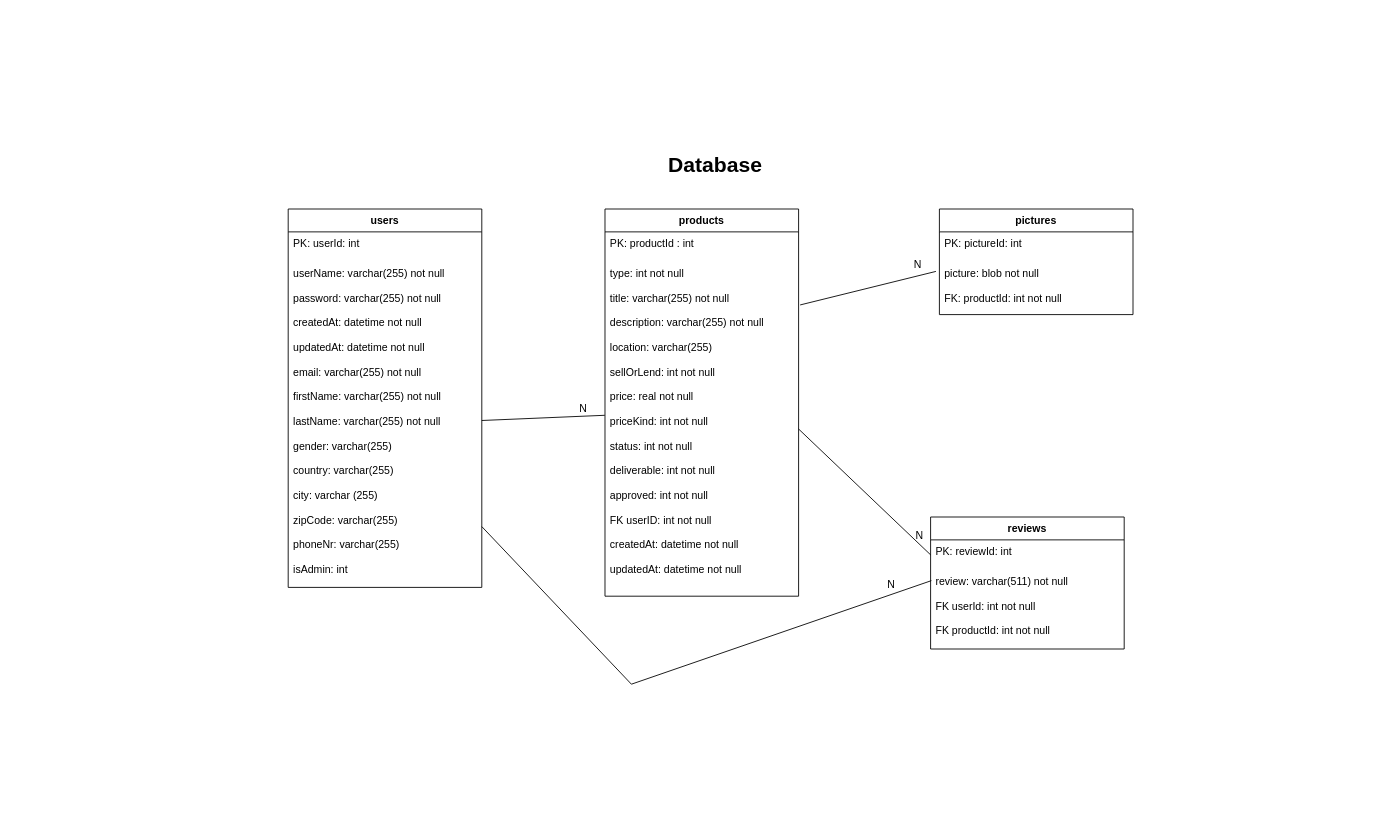
Above: documentation/Database.drawio in scg-unibe-ch/ese2020-team5 (draw.io), before the change. Source tidied: cells renumbered, new cells numbered last; positions are measured from the earlier drawing's top-left corner, leaving out a move shared by most shapes. Both pictures are drawn from the tidied source at 88%, with x=0, y=0 at pixel (50, 147).
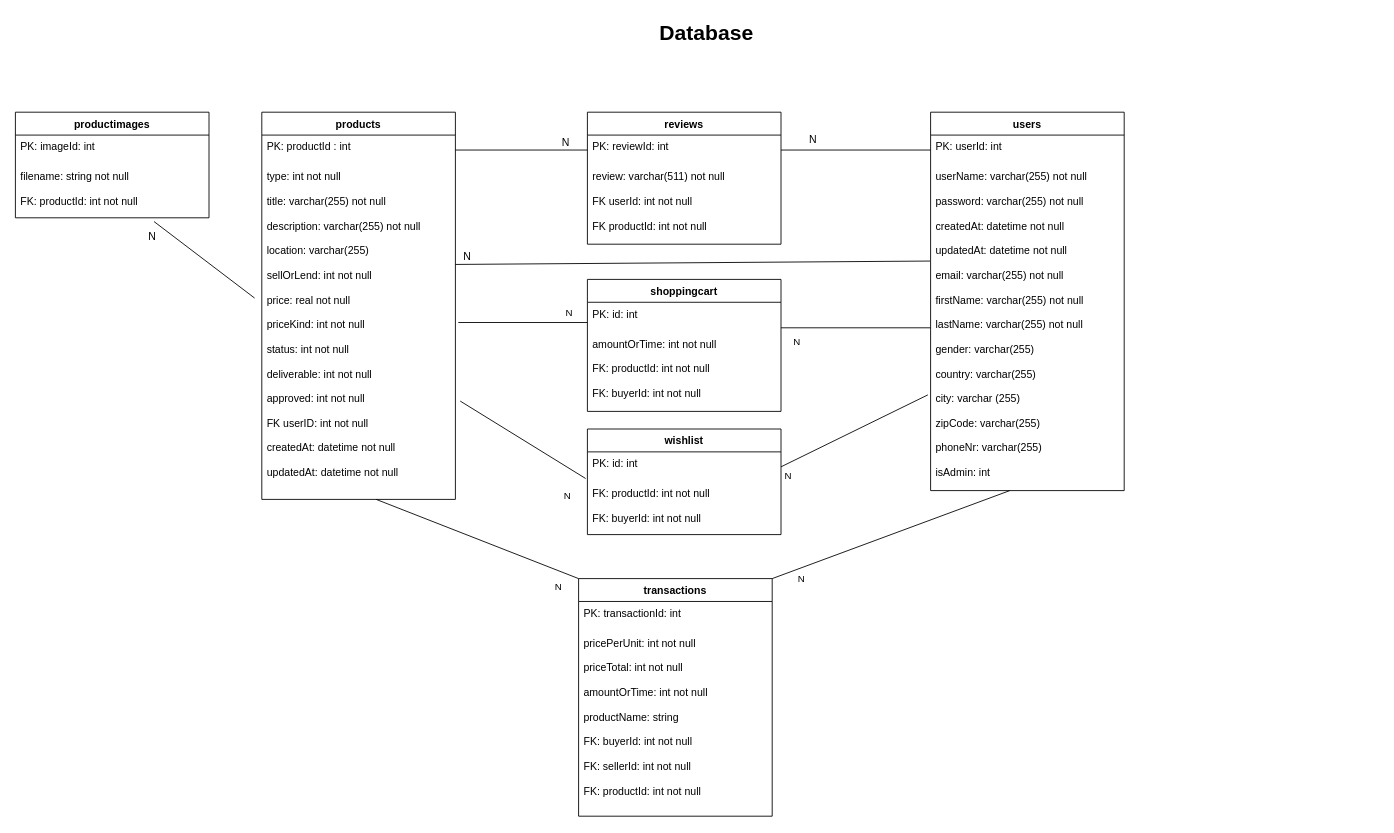
The same diagram, later.

Commit message (it also covers changes not shown here):
Updated the readme and updated the database scheme

The change refers to these unchanged cells:
```xml
<mxCell id="6" value="PK: productId : int" style="text;strokeColor=none;fillColor=none;align=left;verticalAlign=top;spacingLeft=4;spacingRight=4;overflow=hidden;points=[[0,0.5],[1,0.5]];portConstraint=eastwest;" parent="5" vertex="1">
  <mxGeometry y="26" width="220" height="34" as="geometry" />
</mxCell>
<mxCell id="7" value="type: int not null&#10;&#10;title: varchar(255) not null&#10;&#10;description: varchar(255) not null&#10;&#10;location: varchar(255)&#10;&#10;sellOrLend: int not null&#10;&#10;price: real not null&#10;&#10;priceKind: int not null&#10;&#10;status: int not null&#10;&#10;deliverable: int not null&#10;&#10;approved: int not null&#10;&#10;FK userID: int not null&#10;&#10;createdAt: datetime not null&#10;&#10;updatedAt: datetime not null&#10;" style="text;strokeColor=none;fillColor=none;align=left;verticalAlign=top;spacingLeft=4;spacingRight=4;overflow=hidden;points=[[0,0.5],[1,0.5]];portConstraint=eastwest;spacingTop=0;fontSize=12;" parent="5" vertex="1">
  <mxGeometry y="60" width="220" height="380" as="geometry" />
</mxCell>
<mxCell id="16" value="PK: userId: int" style="text;strokeColor=none;fillColor=none;align=left;verticalAlign=top;spacingLeft=4;spacingRight=4;overflow=hidden;points=[[0,0.5],[1,0.5]];portConstraint=eastwest;" parent="15" vertex="1">
  <mxGeometry y="26" width="220" height="34" as="geometry" />
</mxCell>
<mxCell id="17" value="userName: varchar(255) not null&#10;&#10;password: varchar(255) not null&#10;&#10;createdAt: datetime not null&#10;&#10;updatedAt: datetime not null&#10;&#10;email: varchar(255) not null&#10;&#10;firstName: varchar(255) not null&#10;&#10;lastName: varchar(255) not null&#10;&#10;gender: varchar(255)&#10;&#10;country: varchar(255)&#10;&#10;city: varchar (255)&#10;&#10;zipCode: varchar(255)&#10;&#10;phoneNr: varchar(255)&#10;&#10;isAdmin: int" style="text;strokeColor=none;fillColor=none;align=left;verticalAlign=top;spacingLeft=4;spacingRight=4;overflow=hidden;points=[[0,0.5],[1,0.5]];portConstraint=eastwest;spacingTop=0;fontSize=12;" parent="15" vertex="1">
  <mxGeometry y="60" width="220" height="370" as="geometry" />
</mxCell>
<mxCell id="21" value="PK: reviewId: int" style="text;strokeColor=none;fillColor=none;align=left;verticalAlign=top;spacingLeft=4;spacingRight=4;overflow=hidden;points=[[0,0.5],[1,0.5]];portConstraint=eastwest;" parent="20" vertex="1">
  <mxGeometry y="26" width="220" height="34" as="geometry" />
</mxCell>
<mxCell id="22" value="review: varchar(511) not null&#10;&#10;FK userId: int not null&#10;&#10;FK productId: int not null" style="text;strokeColor=none;fillColor=none;align=left;verticalAlign=top;spacingLeft=4;spacingRight=4;overflow=hidden;points=[[0,0.5],[1,0.5]];portConstraint=eastwest;spacingTop=0;fontSize=12;" parent="20" vertex="1">
  <mxGeometry y="60" width="220" height="90" as="geometry" />
</mxCell>
```

Diff of the diagram source:
```diff
@@
     <mxCell id="2" value="Database" style="text;strokeColor=none;fillColor=none;html=1;fontSize=24;fontStyle=1;verticalAlign=middle;align=center;" parent="1" vertex="1">
-      <mxGeometry width="1510" height="40" as="geometry" />
+      <mxGeometry x="-10" y="-150" width="1510" height="40" as="geometry" />
     </mxCell>
-    <mxCell id="3" style="endArrow=none;html=1;rounded=0;fontSize=12;entryX=-0.001;entryY=0.459;entryDx=0;entryDy=0;entryPerimeter=0;" parent="1" edge="1" source="17" target="7">
-      <mxGeometry relative="1" as="geometry" />
+    <mxCell id="3" style="endArrow=none;html=1;rounded=0;fontSize=12;exitX=-0.003;exitY=0.295;exitDx=0;exitDy=0;exitPerimeter=0;" parent="1" edge="1" source="17">
+      <mxGeometry relative="1" as="geometry">
+        <mxPoint x="460" y="133" as="targetPoint" />
+      </mxGeometry>
     </mxCell>
     <mxCell id="4" value="N" style="html=1;align=right;verticalAlign=bottom;" parent="3" vertex="1">
       <mxGeometry x="1" relative="1" as="geometry">
-        <mxPoint x="-20" y="0.7" as="offset" />
+        <mxPoint x="17.3" y="-1.4" as="offset" />
       </mxGeometry>
     </mxCell>
     <mxCell id="5" value="products" style="swimlane;fontStyle=1;horizontal=1;startSize=26;fillColor=none;" parent="1" vertex="1">
-      <mxGeometry x="630" y="70" width="220" height="440" as="geometry" />
+      <mxGeometry x="240" y="-40" width="220" height="440" as="geometry" />
     </mxCell>
@@
-    <mxCell id="8" value="pictures" style="swimlane;fontStyle=1;horizontal=1;startSize=26;fillColor=none;" parent="1" vertex="1">
-      <mxGeometry x="1010" y="70" width="220" height="120" as="geometry" />
+    <mxCell id="8" value="productimages" style="swimlane;fontStyle=1;horizontal=1;startSize=26;fillColor=none;" parent="1" vertex="1">
+      <mxGeometry x="-40" y="-40" width="220" height="120" as="geometry" />
     </mxCell>
-    <mxCell id="9" value="PK: pictureId: int" style="text;strokeColor=none;fillColor=none;align=left;verticalAlign=top;spacingLeft=4;spacingRight=4;overflow=hidden;" parent="8" vertex="1">
+    <mxCell id="9" value="PK: imageId: int" style="text;strokeColor=none;fillColor=none;align=left;verticalAlign=top;spacingLeft=4;spacingRight=4;overflow=hidden;" parent="8" vertex="1">
       <mxGeometry y="26" width="220" height="34" as="geometry" />
     </mxCell>
-    <mxCell id="10" value="picture: blob not null&#10;&#10;FK: productId: int not null" style="text;strokeColor=none;fillColor=none;align=left;verticalAlign=top;spacingLeft=4;spacingRight=4;overflow=hidden;points=[[0,0.5],[1,0.5]];portConstraint=eastwest;spacingTop=0;fontSize=12;" parent="8" vertex="1">
+    <mxCell id="10" value="filename: string not null&#10;&#10;FK: productId: int not null" style="text;strokeColor=none;fillColor=none;align=left;verticalAlign=top;spacingLeft=4;spacingRight=4;overflow=hidden;points=[[0,0.5],[1,0.5]];portConstraint=eastwest;spacingTop=0;fontSize=12;" parent="8" vertex="1">
       <mxGeometry y="60" width="220" height="60" as="geometry" />
     </mxCell>
-    <mxCell id="11" style="endArrow=none;html=1;rounded=0;fontSize=12;exitX=1.008;exitY=0.129;exitDx=0;exitDy=0;exitPerimeter=0;entryX=-0.018;entryY=0.182;entryDx=0;entryDy=0;entryPerimeter=0;" parent="1" edge="1" source="7" target="10">
+    <mxCell id="11" style="endArrow=none;html=1;rounded=0;fontSize=12;exitX=-0.037;exitY=0.398;exitDx=0;exitDy=0;exitPerimeter=0;entryX=0.716;entryY=1.071;entryDx=0;entryDy=0;entryPerimeter=0;" parent="1" edge="1" source="7" target="10">
       <mxGeometry relative="1" as="geometry" />
     </mxCell>
     <mxCell id="12" value="N" style="html=1;align=right;verticalAlign=bottom;" parent="11" vertex="1">
       <mxGeometry x="1" relative="1" as="geometry">
-        <mxPoint x="-16.1" as="offset" />
+        <mxPoint x="2.9" y="26.1" as="offset" />
       </mxGeometry>
     </mxCell>
-    <mxCell id="13" style="endArrow=none;html=1;rounded=0;fontSize=12;exitX=1;exitY=0.5;exitDx=0;exitDy=0;entryX=0;entryY=0.5;entryDx=0;entryDy=0;" parent="1" edge="1" source="7" target="21">
+    <mxCell id="13" style="endArrow=none;html=1;rounded=0;fontSize=12;entryX=0;entryY=0.5;entryDx=0;entryDy=0;exitX=1;exitY=0.5;exitDx=0;exitDy=0;" parent="1" edge="1" source="6" target="21">
       <mxGeometry relative="1" as="geometry" />
     </mxCell>
     <mxCell id="14" value="N" style="html=1;align=right;verticalAlign=bottom;" parent="13" vertex="1">
       <mxGeometry x="1" relative="1" as="geometry">
-        <mxPoint x="-7.7" y="-13" as="offset" />
+        <mxPoint x="-19.8" y="0.3" as="offset" />
       </mxGeometry>
     </mxCell>
     <mxCell id="15" value="users" style="swimlane;fontStyle=1;horizontal=1;startSize=26;fillColor=none;" parent="1" vertex="1">
-      <mxGeometry x="270" y="70" width="220" height="430" as="geometry" />
+      <mxGeometry x="1000" y="-40" width="220" height="430" as="geometry" />
     </mxCell>
@@
-    <mxCell id="18" style="endArrow=none;html=1;rounded=0;fontSize=12;entryX=0.004;entryY=0.137;entryDx=0;entryDy=0;entryPerimeter=0;" parent="1" edge="1" source="17" target="22">
-      <mxGeometry relative="1" as="geometry">
-        <Array as="points">
-          <mxPoint x="660" y="610" />
-        </Array>
-      </mxGeometry>
+    <mxCell id="18" style="endArrow=none;html=1;rounded=0;fontSize=12;exitX=0;exitY=0.5;exitDx=0;exitDy=0;entryX=1;entryY=0.5;entryDx=0;entryDy=0;" parent="1" edge="1" source="16" target="21">
+      <mxGeometry relative="1" as="geometry" />
     </mxCell>
     <mxCell id="19" value="N" style="html=1;align=right;verticalAlign=bottom;" parent="18" vertex="1">
       <mxGeometry x="1" relative="1" as="geometry">
-        <mxPoint x="-41.2" y="12.8" as="offset" />
+        <mxPoint x="40.8" y="-3.9" as="offset" />
       </mxGeometry>
     </mxCell>
     <mxCell id="20" value="reviews" style="swimlane;fontStyle=1;horizontal=1;startSize=26;fillColor=none;" parent="1" vertex="1">
-      <mxGeometry x="1000" y="420" width="220" height="150" as="geometry" />
+      <mxGeometry x="610" y="-40" width="220" height="150" as="geometry" />
     </mxCell>
@@
+    <mxCell id="23" style="rounded=0;jettySize=auto;html=1;endArrow=none;endFill=0;exitX=1;exitY=0;exitDx=0;exitDy=0;" parent="1" edge="1" source="25">
+      <mxGeometry relative="1" as="geometry">
+        <mxPoint x="1090" y="390" as="targetPoint" />
+      </mxGeometry>
+    </mxCell>
+    <mxCell id="24" value="N" style="edgeLabel;html=1;align=center;verticalAlign=middle;" parent="23" vertex="1">
+      <mxGeometry x="-0.66" y="1" relative="1" as="geometry">
+        <mxPoint x="-13.4" y="17.1" as="offset" />
+      </mxGeometry>
+    </mxCell>
+    <mxCell id="25" value="transactions" style="swimlane;fontStyle=1;horizontal=1;startSize=26;fillColor=none;" parent="1" vertex="1">
+      <mxGeometry x="600" y="490" width="220" height="270" as="geometry" />
+    </mxCell>
+    <mxCell id="26" value="PK: transactionId: int" style="text;strokeColor=none;fillColor=none;align=left;verticalAlign=top;spacingLeft=4;spacingRight=4;overflow=hidden;" parent="25" vertex="1">
+      <mxGeometry y="26" width="220" height="34" as="geometry" />
+    </mxCell>
+    <mxCell id="27" value="pricePerUnit: int not null&#10;&#10;priceTotal: int not null&#10;&#10;amountOrTime: int not null&#10;&#10;productName: string&#10;&#10;FK: buyerId: int not null&#10;&#10;FK: sellerId: int not null&#10;&#10;FK: productId: int not null" style="text;strokeColor=none;fillColor=none;align=left;verticalAlign=top;spacingLeft=4;spacingRight=4;overflow=hidden;spacingTop=0;fontSize=12;" parent="25" vertex="1">
+      <mxGeometry y="60" width="220" height="210" as="geometry" />
+    </mxCell>
+    <mxCell id="28" style="rounded=0;jettySize=auto;html=1;exitX=0;exitY=0;exitDx=0;exitDy=0;endArrow=none;endFill=0;" parent="1" edge="1" source="25">
+      <mxGeometry relative="1" as="geometry">
+        <mxPoint x="370" y="400" as="targetPoint" />
+      </mxGeometry>
+    </mxCell>
+    <mxCell id="29" value="N" style="edgeLabel;html=1;align=center;verticalAlign=middle;" parent="28" vertex="1">
+      <mxGeometry x="-0.46" y="-1" relative="1" as="geometry">
+        <mxPoint x="38.8" y="33.7" as="offset" />
+      </mxGeometry>
+    </mxCell>
+    <mxCell id="30" value="shoppingcart" style="swimlane;fontStyle=1;horizontal=1;startSize=26;fillColor=none;" parent="1" vertex="1">
+      <mxGeometry x="610" y="150" width="220" height="150" as="geometry" />
+    </mxCell>
+    <mxCell id="31" value="PK: id: int" style="text;strokeColor=none;fillColor=none;align=left;verticalAlign=top;spacingLeft=4;spacingRight=4;overflow=hidden;" parent="30" vertex="1">
+      <mxGeometry y="26" width="220" height="34" as="geometry" />
+    </mxCell>
+    <mxCell id="32" value="amountOrTime: int not null&#10;&#10;FK: productId: int not null&#10;&#10;FK: buyerId: int not null" style="text;strokeColor=none;fillColor=none;align=left;verticalAlign=top;spacingLeft=4;spacingRight=4;overflow=hidden;spacingTop=0;fontSize=12;" parent="30" vertex="1">
+      <mxGeometry y="60" width="220" height="90" as="geometry" />
+    </mxCell>
+    <mxCell id="33" style="edgeStyle=none;rounded=0;jettySize=auto;html=1;entryX=0;entryY=0.5;entryDx=0;entryDy=0;endArrow=none;endFill=0;" parent="1" edge="1" target="17">
+      <mxGeometry relative="1" as="geometry">
+        <mxPoint x="830" y="205" as="sourcePoint" />
+      </mxGeometry>
+    </mxCell>
+    <mxCell id="34" value="N" style="edgeLabel;html=1;align=center;verticalAlign=middle;" parent="33" vertex="1">
+      <mxGeometry x="-0.26" relative="1" as="geometry">
+        <mxPoint x="-46" y="15" as="offset" />
+      </mxGeometry>
+    </mxCell>
+    <mxCell id="35" style="edgeStyle=none;rounded=0;jettySize=auto;html=1;entryX=1.015;entryY=0.471;entryDx=0;entryDy=0;endArrow=none;endFill=0;entryPerimeter=0;" parent="1" edge="1" target="7">
+      <mxGeometry relative="1" as="geometry">
+        <mxPoint x="610" y="199" as="sourcePoint" />
+      </mxGeometry>
+    </mxCell>
+    <mxCell id="36" value="N" style="edgeLabel;html=1;align=center;verticalAlign=middle;" parent="35" vertex="1">
+      <mxGeometry x="-0.53" y="-1" relative="1" as="geometry">
+        <mxPoint x="12.8" y="-10.4" as="offset" />
+      </mxGeometry>
+    </mxCell>
+    <mxCell id="37" value="wishlist" style="swimlane;fontStyle=1;horizontal=1;startSize=26;fillColor=none;" parent="1" vertex="1">
+      <mxGeometry x="610" y="320" width="220" height="120" as="geometry" />
+    </mxCell>
+    <mxCell id="38" value="PK: id: int" style="text;strokeColor=none;fillColor=none;align=left;verticalAlign=top;spacingLeft=4;spacingRight=4;overflow=hidden;points=[[0,0.5],[1,0.5]];portConstraint=eastwest;" parent="37" vertex="1">
+      <mxGeometry y="26" width="220" height="34" as="geometry" />
+    </mxCell>
+    <mxCell id="39" value="FK: productId: int not null&#10;&#10;FK: buyerId: int not null" style="text;strokeColor=none;fillColor=none;align=left;verticalAlign=top;spacingLeft=4;spacingRight=4;overflow=hidden;points=[[0,0.5],[1,0.5]];portConstraint=eastwest;spacingTop=0;fontSize=12;" parent="37" vertex="1">
+      <mxGeometry y="60" width="220" height="60" as="geometry" />
+    </mxCell>
+    <mxCell id="40" style="edgeStyle=none;rounded=0;jettySize=auto;html=1;entryX=-0.014;entryY=0.706;entryDx=0;entryDy=0;entryPerimeter=0;endArrow=none;endFill=0;exitX=1;exitY=0.5;exitDx=0;exitDy=0;" parent="1" edge="1" source="38" target="17">
+      <mxGeometry relative="1" as="geometry" />
+    </mxCell>
+    <mxCell id="41" value="N" style="edgeLabel;html=1;align=center;verticalAlign=middle;" parent="40" vertex="1">
+      <mxGeometry x="-0.41" relative="1" as="geometry">
+        <mxPoint x="-41.8" y="33.9" as="offset" />
+      </mxGeometry>
+    </mxCell>
+    <mxCell id="42" style="edgeStyle=none;rounded=0;jettySize=auto;html=1;entryX=1.025;entryY=0.706;entryDx=0;entryDy=0;entryPerimeter=0;endArrow=none;endFill=0;exitX=-0.009;exitY=-0.062;exitDx=0;exitDy=0;exitPerimeter=0;" parent="1" edge="1" source="39" target="7">
+      <mxGeometry relative="1" as="geometry" />
+    </mxCell>
+    <mxCell id="43" value="N" style="edgeLabel;html=1;align=center;verticalAlign=middle;" parent="42" vertex="1">
+      <mxGeometry x="-0.25" y="-1" relative="1" as="geometry">
+        <mxPoint x="31.6" y="53.1" as="offset" />
+      </mxGeometry>
+    </mxCell>
```
